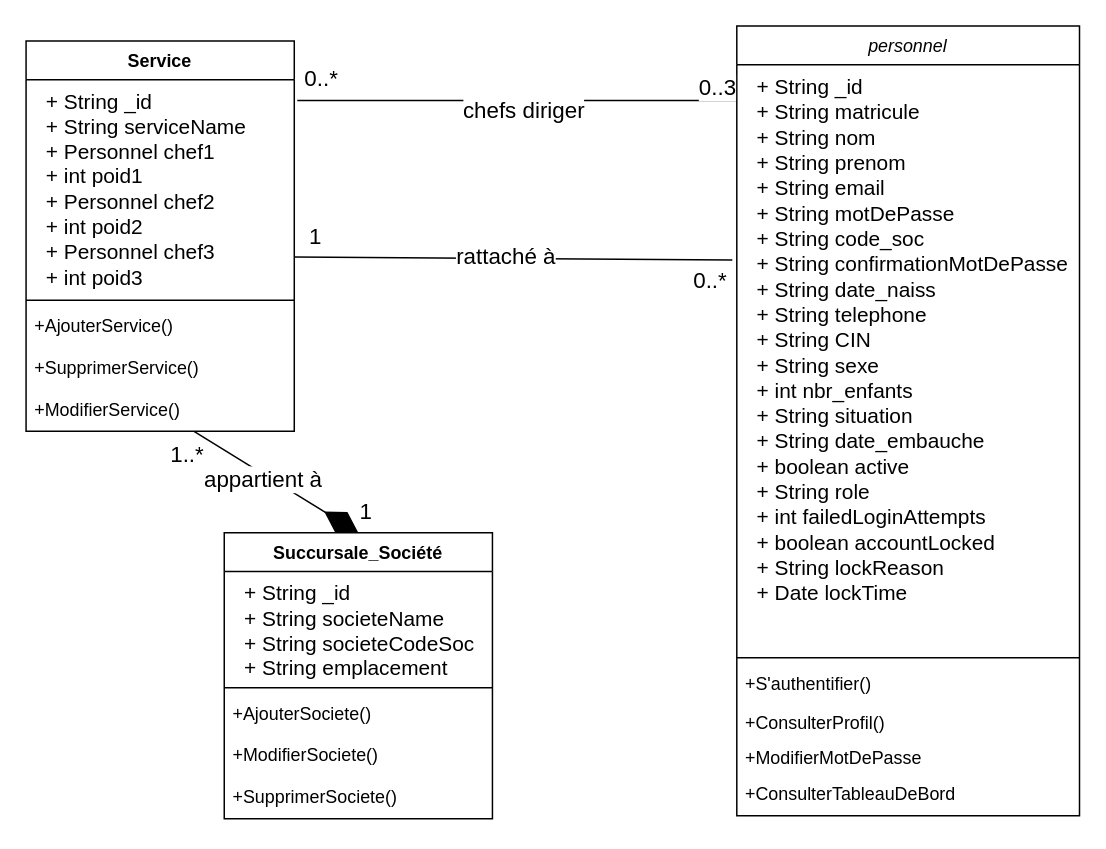
Above: Diagramme de classe du sprint 1.drawio in PORTAIL-RH/Portail-RH-Mobile (draw.io), before the change. Source tidied: cells renumbered, new cells numbered last; positions are measured from the earlier drawing's top-left corner, leaving out a move shared by most shapes. Both pictures are drawn from the tidied source at 149%, with x=0, y=0 at pixel (25, 25).
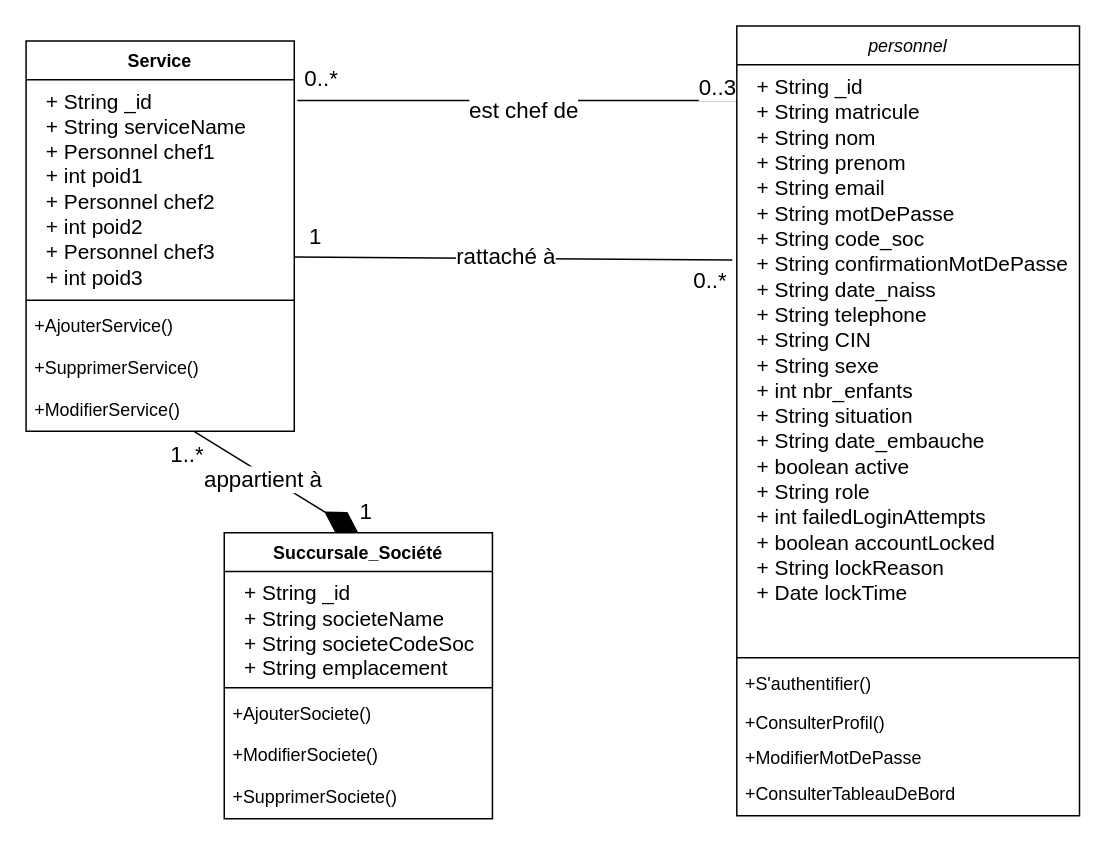
Above is the later version.

Commit message:
Mettre à jour Diagramme de classe du sprint 1.drawio

Unchanged cells that the change refers to:
```xml
<mxCell id="27" style="endArrow=none;endFill=1;endSize=24;html=1;rounded=0;exitX=0.009;exitY=0.156;exitDx=0;exitDy=0;exitPerimeter=0;entryX=1.009;entryY=0.427;entryDx=0;entryDy=0;entryPerimeter=0;startFill=0;" parent="1" edge="1">
  <mxGeometry relative="1" as="geometry">
    <mxPoint x="477" y="50" as="sourcePoint" />
    <mxPoint x="182" y="50" as="targetPoint" />
  </mxGeometry>
</mxCell>
```

The edit, as a diff of the source:
```diff
@@
-    <mxCell id="28" value="&lt;span style=&quot;font-size: 15px;&quot;&gt;chefs diriger&lt;/span&gt;" style="edgeLabel;html=1;align=center;verticalAlign=middle;" parent="27" vertex="1">
+    <mxCell id="28" value="&lt;span style=&quot;font-size: 15px;&quot;&gt;est chef de&lt;/span&gt;" style="edgeLabel;html=1;align=center;verticalAlign=middle;" parent="27" vertex="1">
       <mxGeometry x="0.01" y="-3" relative="1" as="geometry">
         <mxPoint x="5" y="8" as="offset" />
       </mxGeometry>
     </mxCell>
```
